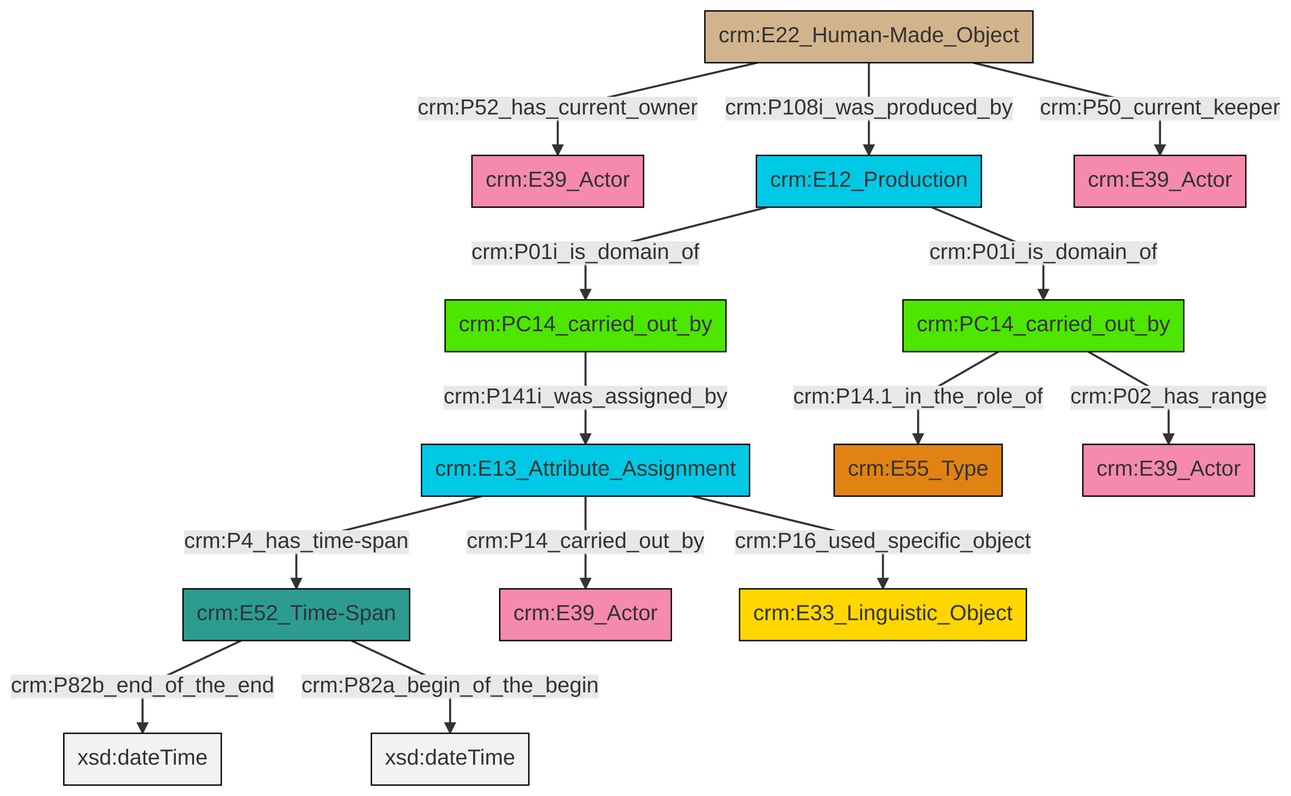
This is et/carrierCSV/ttl/mmd/png/carrier_relations.png from swiss-art-research-net/docs.swissartresearch, a Mermaid export, as it was before one commit. Its source is kept beside it as et/carrierCSV/ttl/mmd/carrier_relations.ttl.mmd.
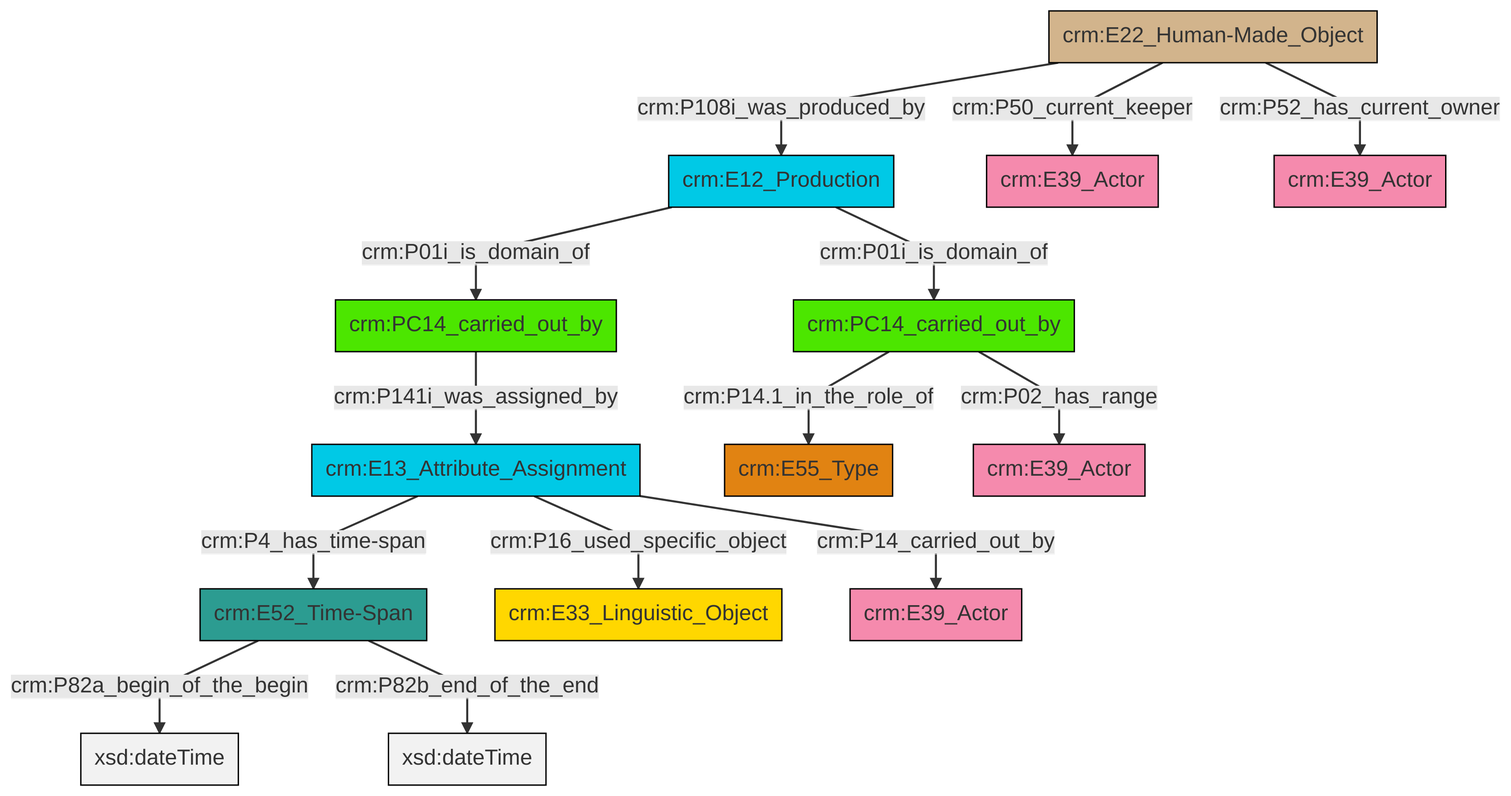
Later version of the same file.

Change to the diagram source:
```diff
@@ -13,16 +13,16 @@
 classDef PC_Classes fill:#4ce600, stroke:#000000;
 classDef Multi fill:#cccccc,stroke:#000000;
 
-2["crm:E22_Human-Made_Object"]:::Physical_Thing -->|crm:P108i_was_produced_by| 3["crm:E12_Production"]:::Temporal_Entity
-4["crm:E52_Time-Span"]:::Time-Span -->|crm:P82b_end_of_the_end| 5[xsd:dateTime]:::Literal
-3["crm:E12_Production"]:::Temporal_Entity -->|crm:P01i_is_domain_of| 6["crm:PC14_carried_out_by"]:::PC_Classes
-7["crm:E13_Attribute_Assignment"]:::Temporal_Entity -->|crm:P14_carried_out_by| 8["crm:E39_Actor"]:::Actor
-2["crm:E22_Human-Made_Object"]:::Physical_Thing -->|crm:P52_has_current_owner| 0["crm:E39_Actor"]:::Actor
-16["crm:PC14_carried_out_by"]:::PC_Classes -->|crm:P14.1_in_the_role_of| 14["crm:E55_Type"]:::Type
-2["crm:E22_Human-Made_Object"]:::Physical_Thing -->|crm:P50_current_keeper| 17["crm:E39_Actor"]:::Actor
-6["crm:PC14_carried_out_by"]:::PC_Classes -->|crm:P141i_was_assigned_by| 7["crm:E13_Attribute_Assignment"]:::Temporal_Entity
-16["crm:PC14_carried_out_by"]:::PC_Classes -->|crm:P02_has_range| 21["crm:E39_Actor"]:::Actor
-7["crm:E13_Attribute_Assignment"]:::Temporal_Entity -->|crm:P4_has_time-span| 4["crm:E52_Time-Span"]:::Time-Span
-4["crm:E52_Time-Span"]:::Time-Span -->|crm:P82a_begin_of_the_begin| 24[xsd:dateTime]:::Literal
-3["crm:E12_Production"]:::Temporal_Entity -->|crm:P01i_is_domain_of| 16["crm:PC14_carried_out_by"]:::PC_Classes
-7["crm:E13_Attribute_Assignment"]:::Temporal_Entity -->|crm:P16_used_specific_object| 10["crm:E33_Linguistic_Object"]:::Conceptual_Object
+0["crm:E52_Time-Span"]:::Time-Span -->|crm:P82a_begin_of_the_begin| 1[xsd:dateTime]:::Literal
+2["crm:E12_Production"]:::Temporal_Entity -->|crm:P01i_is_domain_of| 3["crm:PC14_carried_out_by"]:::PC_Classes
+4["crm:E13_Attribute_Assignment"]:::Temporal_Entity -->|crm:P16_used_specific_object| 5["crm:E33_Linguistic_Object"]:::Conceptual_Object
+8["crm:E22_Human-Made_Object"]:::Physical_Thing -->|crm:P50_current_keeper| 6["crm:E39_Actor"]:::Actor
+4["crm:E13_Attribute_Assignment"]:::Temporal_Entity -->|crm:P14_carried_out_by| 11["crm:E39_Actor"]:::Actor
+8["crm:E22_Human-Made_Object"]:::Physical_Thing -->|crm:P52_has_current_owner| 12["crm:E39_Actor"]:::Actor
+4["crm:E13_Attribute_Assignment"]:::Temporal_Entity -->|crm:P4_has_time-span| 0["crm:E52_Time-Span"]:::Time-Span
+21["crm:PC14_carried_out_by"]:::PC_Classes -->|crm:P141i_was_assigned_by| 4["crm:E13_Attribute_Assignment"]:::Temporal_Entity
+3["crm:PC14_carried_out_by"]:::PC_Classes -->|crm:P02_has_range| 18["crm:E39_Actor"]:::Actor
+8["crm:E22_Human-Made_Object"]:::Physical_Thing -->|crm:P108i_was_produced_by| 2["crm:E12_Production"]:::Temporal_Entity
+2["crm:E12_Production"]:::Temporal_Entity -->|crm:P01i_is_domain_of| 21["crm:PC14_carried_out_by"]:::PC_Classes
+0["crm:E52_Time-Span"]:::Time-Span -->|crm:P82b_end_of_the_end| 25[xsd:dateTime]:::Literal
+3["crm:PC14_carried_out_by"]:::PC_Classes -->|crm:P14.1_in_the_role_of| 16["crm:E55_Type"]:::Type
```
